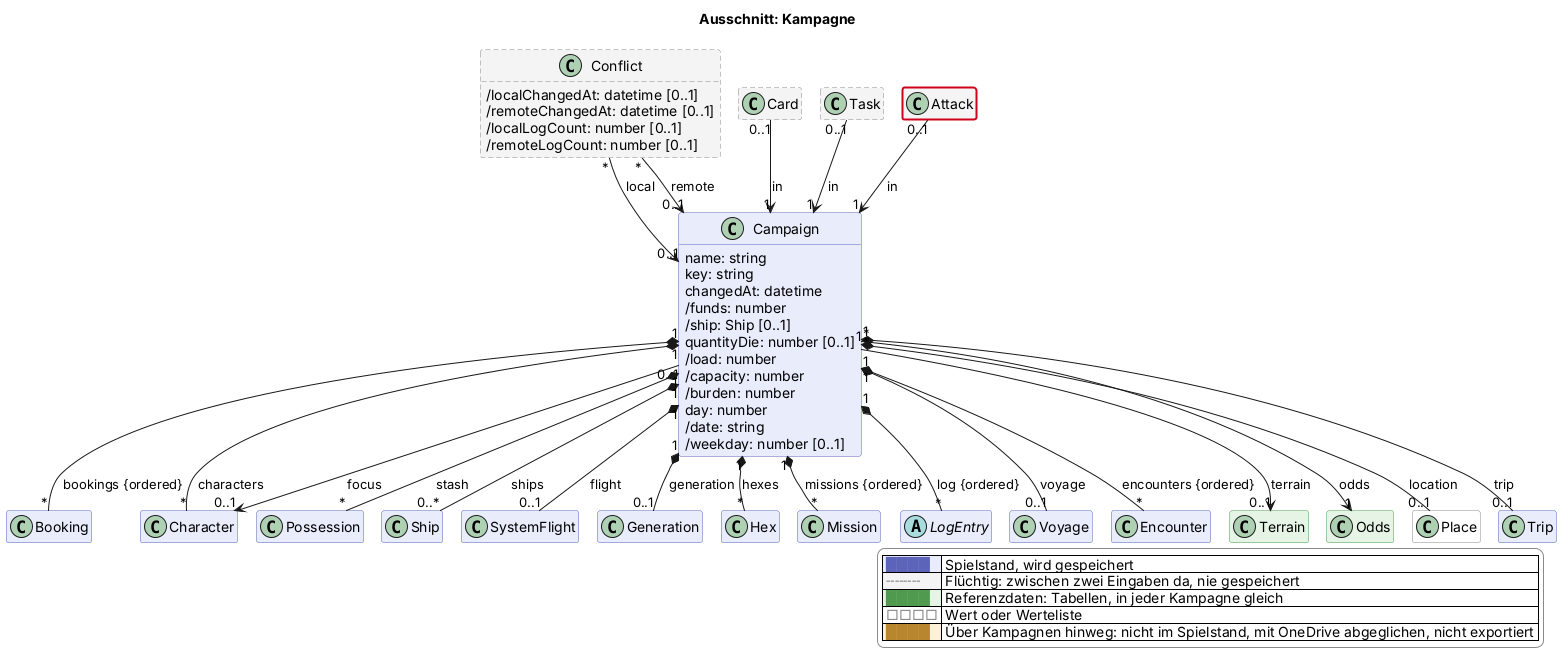
Before: docs/views/kampagne.png, a diagram exported from PlantUML (scuzzar/SRE).
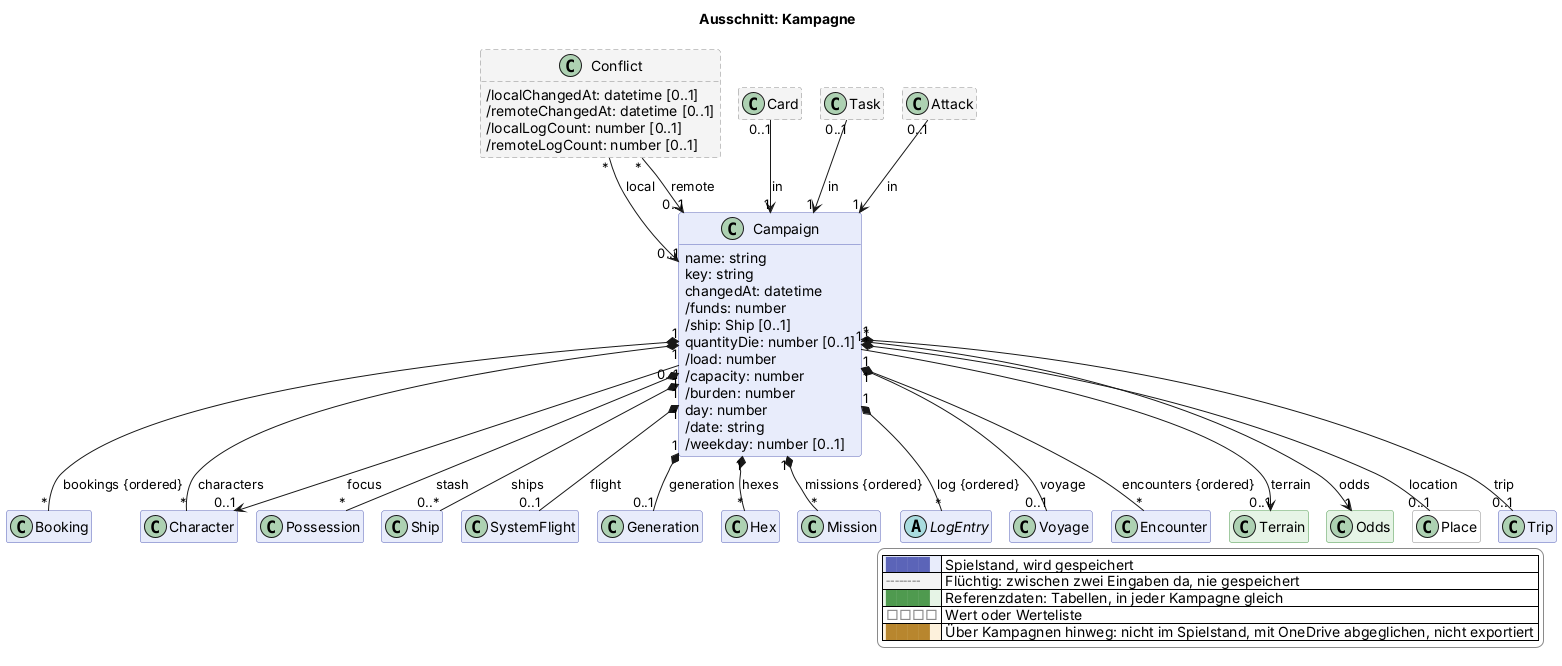
Later version of the same file.

Diff of the diagram source:
```diff
@@ -160,5 +160,4 @@
   |<#ffffff> <color:#8a8a8a>□□□□</color> | Wert oder Werteliste |
   |<#fdf1dc> <color:#b8862e>████</color> | Über Kampagnen hinweg: nicht im Spielstand, mit OneDrive abgeglichen, nicht exportiert |
 endlegend
-class Attack #line:d0021b;line.bold
 @enduml
```
